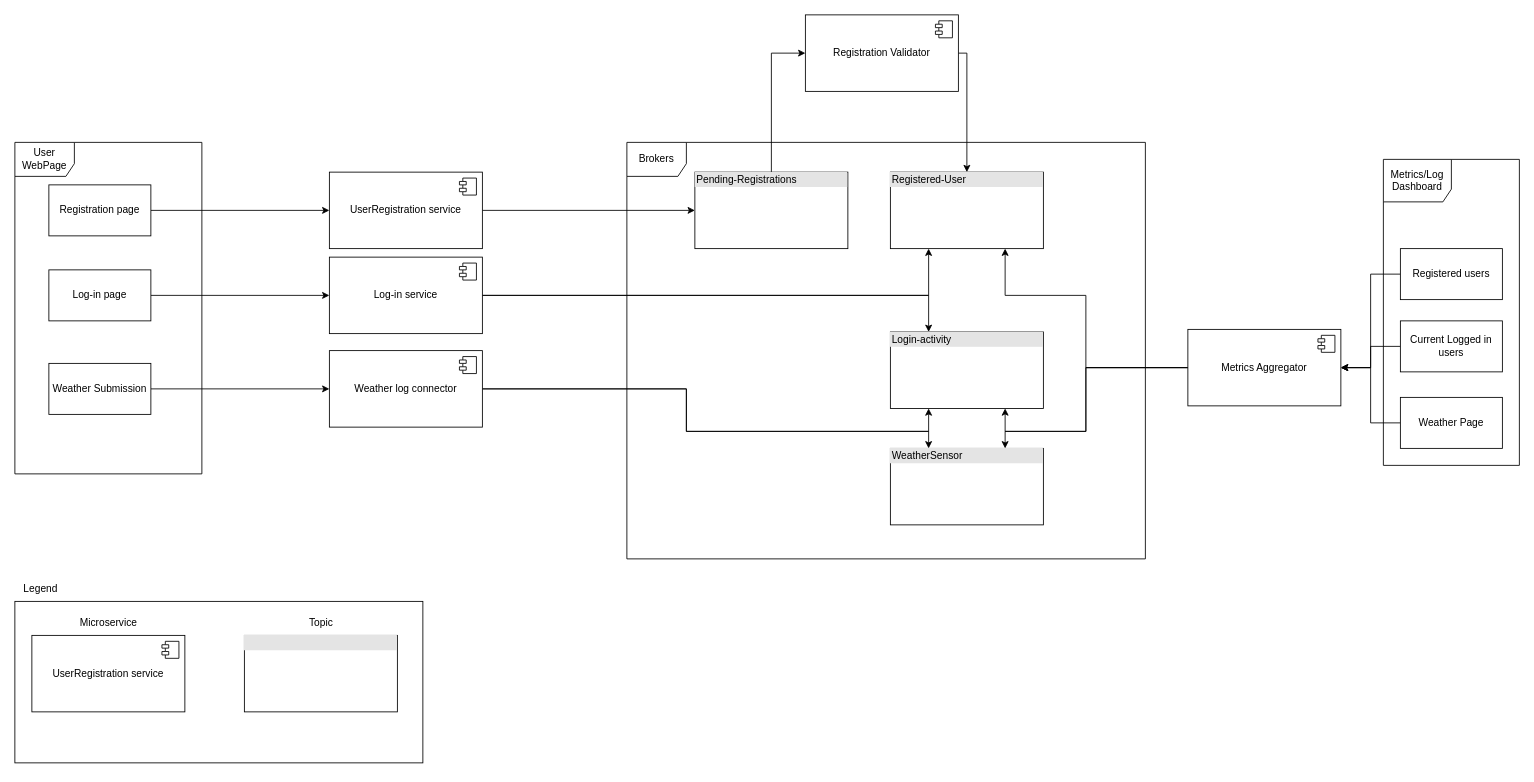
Before: page "High-level architecture" (1 of 2) of service-diagram.drawio in OthelloEngineer/Kafka-traffic-dashboard-project, a draw.io diagram. Source tidied: cells renumbered, new cells numbered last; positions are measured from the earlier drawing's top-left corner, leaving out a move shared by most shapes. Both pictures are drawn from the tidied source at 85%, with x=0, y=0 at pixel (14, 14).
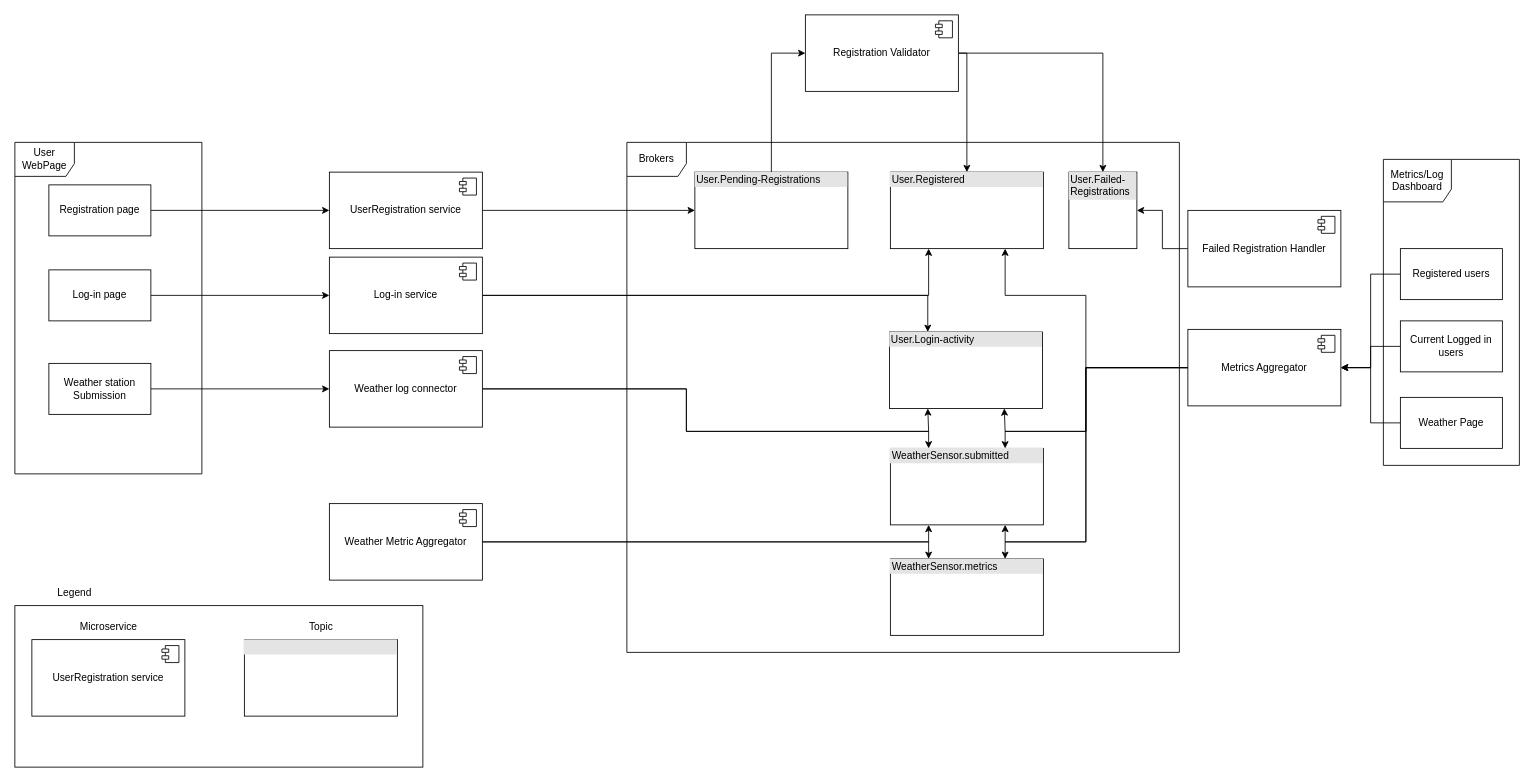
Above is the later version.

The change refers to these unchanged cells:
```xml
<mxCell id="32" value="Registration Validator" style="html=1;whiteSpace=wrap;" parent="1" vertex="1">
  <mxGeometry x="930" width="180" height="90" as="geometry" />
</mxCell>
<mxCell id="39" value="Metrics Aggregator" style="html=1;whiteSpace=wrap;" parent="1" vertex="1">
  <mxGeometry x="1380" y="370" width="180" height="90" as="geometry" />
</mxCell>
```

The edit, as a diff of the source:
```diff
@@
     <mxCell id="2" style="rounded=0;whiteSpace=wrap;html=1;" parent="1" vertex="1">
-      <mxGeometry y="690" width="480" height="190" as="geometry" />
+      <mxGeometry y="695" width="480" height="190" as="geometry" />
     </mxCell>
@@
-    <mxCell id="17" value="Weather Submission" style="rounded=0;whiteSpace=wrap;html=1;" parent="1" vertex="1">
+    <mxCell id="17" value="Weather station Submission" style="rounded=0;whiteSpace=wrap;html=1;" parent="1" vertex="1">
       <mxGeometry x="40" y="410" width="120" height="60" as="geometry" />
     </mxCell>
@@
     <mxCell id="22" value="&lt;div style=&quot;box-sizing:border-box;width:100%;background:#e4e4e4;padding:2px;&quot;&gt;&lt;br&gt;&lt;/div&gt;" style="verticalAlign=top;align=left;overflow=fill;html=1;whiteSpace=wrap;" parent="1" vertex="1">
-      <mxGeometry x="270" y="730" width="180" height="90" as="geometry" />
+      <mxGeometry x="270" y="735" width="180" height="90" as="geometry" />
     </mxCell>
     <mxCell id="23" value="UserRegistration service" style="html=1;whiteSpace=wrap;" parent="1" vertex="1">
-      <mxGeometry x="20" y="730" width="180" height="90" as="geometry" />
+      <mxGeometry x="20" y="735" width="180" height="90" as="geometry" />
     </mxCell>
@@
     <mxCell id="25" value="Topic" style="text;html=1;align=center;verticalAlign=middle;strokeColor=none;fillColor=none;" parent="1" vertex="1">
-      <mxGeometry x="335" y="700" width="50" height="30" as="geometry" />
+      <mxGeometry x="335" y="705" width="50" height="30" as="geometry" />
     </mxCell>
     <mxCell id="26" value="Microservice" style="text;html=1;align=center;verticalAlign=middle;strokeColor=none;fillColor=none;" parent="1" vertex="1">
-      <mxGeometry x="65" y="700" width="90" height="30" as="geometry" />
+      <mxGeometry x="65" y="705" width="90" height="30" as="geometry" />
     </mxCell>
     <mxCell id="27" value="Brokers" style="shape=umlFrame;whiteSpace=wrap;html=1;width=70;height=40;" parent="1" vertex="1">
-      <mxGeometry x="720" y="150" width="610" height="490" as="geometry" />
+      <mxGeometry x="720" y="150" width="650" height="600" as="geometry" />
     </mxCell>
@@
-    <mxCell id="29" value="&lt;div style=&quot;box-sizing:border-box;width:100%;background:#e4e4e4;padding:2px;&quot;&gt;Pending-Registrations&lt;/div&gt;" style="verticalAlign=top;align=left;overflow=fill;html=1;whiteSpace=wrap;" parent="1" vertex="1">
+    <mxCell id="29" value="&lt;div style=&quot;box-sizing:border-box;width:100%;background:#e4e4e4;padding:2px;&quot;&gt;User.Pending-Registrations&lt;/div&gt;" style="verticalAlign=top;align=left;overflow=fill;html=1;whiteSpace=wrap;" parent="1" vertex="1">
       <mxGeometry x="800" y="185" width="180" height="90" as="geometry" />
     </mxCell>
-    <mxCell id="30" value="&lt;div style=&quot;box-sizing:border-box;width:100%;background:#e4e4e4;padding:2px;&quot;&gt;Registered-User&lt;/div&gt;" style="verticalAlign=top;align=left;overflow=fill;html=1;whiteSpace=wrap;" parent="1" vertex="1">
+    <mxCell id="30" value="&lt;div style=&quot;box-sizing:border-box;width:100%;background:#e4e4e4;padding:2px;&quot;&gt;User.Registered&lt;/div&gt;" style="verticalAlign=top;align=left;overflow=fill;html=1;whiteSpace=wrap;" parent="1" vertex="1">
       <mxGeometry x="1030" y="185" width="180" height="90" as="geometry" />
     </mxCell>
@@
+    <mxCell id="48" style="edgeStyle=orthogonalEdgeStyle;rounded=0;jettySize=auto;html=1;entryX=0.5;entryY=0;entryDx=0;entryDy=0;" parent="1" edge="1" source="32" target="56">
+      <mxGeometry relative="1" as="geometry" />
+    </mxCell>
@@
-    <mxCell id="34" value="&lt;div style=&quot;box-sizing:border-box;width:100%;background:#e4e4e4;padding:2px;&quot;&gt;Login-activity&lt;/div&gt;" style="verticalAlign=top;align=left;overflow=fill;html=1;whiteSpace=wrap;" parent="1" vertex="1">
-      <mxGeometry x="1030" y="373" width="180" height="90" as="geometry" />
+    <mxCell id="34" value="&lt;div style=&quot;box-sizing:border-box;width:100%;background:#e4e4e4;padding:2px;&quot;&gt;User.Login-activity&lt;/div&gt;" style="verticalAlign=top;align=left;overflow=fill;html=1;whiteSpace=wrap;" parent="1" vertex="1">
+      <mxGeometry x="1029" y="373" width="180" height="90" as="geometry" />
     </mxCell>
-    <mxCell id="35" value="&lt;div style=&quot;box-sizing:border-box;width:100%;background:#e4e4e4;padding:2px;&quot;&gt;WeatherSensor&lt;/div&gt;" style="verticalAlign=top;align=left;overflow=fill;html=1;whiteSpace=wrap;" parent="1" vertex="1">
+    <mxCell id="35" value="&lt;div style=&quot;box-sizing:border-box;width:100%;background:#e4e4e4;padding:2px;&quot;&gt;WeatherSensor.submitted&lt;/div&gt;" style="verticalAlign=top;align=left;overflow=fill;html=1;whiteSpace=wrap;" parent="1" vertex="1">
       <mxGeometry x="1030" y="510" width="180" height="90" as="geometry" />
     </mxCell>
@@
+    <mxCell id="49" style="edgeStyle=orthogonalEdgeStyle;rounded=0;jettySize=auto;html=1;entryX=0.75;entryY=0;entryDx=0;entryDy=0;" parent="1" edge="1" source="39" target="55">
+      <mxGeometry relative="1" as="geometry">
+        <Array as="points">
+          <mxPoint x="1260" y="415" />
+          <mxPoint x="1260" y="620" />
+          <mxPoint x="1165" y="620" />
+        </Array>
+      </mxGeometry>
+    </mxCell>
+    <mxCell id="50" style="edgeStyle=orthogonalEdgeStyle;rounded=0;jettySize=auto;html=1;entryX=0.75;entryY=1;entryDx=0;entryDy=0;" parent="1" edge="1" source="39" target="35">
+      <mxGeometry relative="1" as="geometry">
+        <Array as="points">
+          <mxPoint x="1260" y="415" />
+          <mxPoint x="1260" y="620" />
+          <mxPoint x="1165" y="620" />
+        </Array>
+      </mxGeometry>
+    </mxCell>
@@
     <mxCell id="47" value="Legend" style="text;html=1;align=center;verticalAlign=middle;strokeColor=none;fillColor=none;" parent="1" vertex="1">
-      <mxGeometry y="660" width="60" height="30" as="geometry" />
+      <mxGeometry x="40" y="665" width="60" height="30" as="geometry" />
     </mxCell>
+    <mxCell id="51" style="edgeStyle=orthogonalEdgeStyle;rounded=0;jettySize=auto;html=1;entryX=0.25;entryY=0;entryDx=0;entryDy=0;" parent="1" edge="1" source="53" target="55">
+      <mxGeometry relative="1" as="geometry" />
+    </mxCell>
+    <mxCell id="52" style="edgeStyle=orthogonalEdgeStyle;rounded=0;jettySize=auto;html=1;entryX=0.25;entryY=1;entryDx=0;entryDy=0;" parent="1" edge="1" source="53" target="35">
+      <mxGeometry relative="1" as="geometry" />
+    </mxCell>
+    <mxCell id="53" value="Weather Metric Aggregator" style="html=1;whiteSpace=wrap;" parent="1" vertex="1">
+      <mxGeometry x="370" y="575" width="180" height="90" as="geometry" />
+    </mxCell>
+    <mxCell id="54" style="shape=module;jettyWidth=8;jettyHeight=4;" parent="53" vertex="1">
+      <mxGeometry x="1" width="20" height="20" relative="1" as="geometry">
+        <mxPoint x="-27" y="7" as="offset" />
+      </mxGeometry>
+    </mxCell>
+    <mxCell id="55" value="&lt;div style=&quot;box-sizing:border-box;width:100%;background:#e4e4e4;padding:2px;&quot;&gt;WeatherSensor.metrics&lt;/div&gt;" style="verticalAlign=top;align=left;overflow=fill;html=1;whiteSpace=wrap;" parent="1" vertex="1">
+      <mxGeometry x="1030" y="640" width="180" height="90" as="geometry" />
+    </mxCell>
+    <mxCell id="56" value="&lt;div style=&quot;box-sizing:border-box;width:100%;background:#e4e4e4;padding:2px;&quot;&gt;User.Failed-Registrations&lt;/div&gt;" style="verticalAlign=top;align=left;overflow=fill;html=1;whiteSpace=wrap;" parent="1" vertex="1">
+      <mxGeometry x="1240" y="185" width="80" height="90" as="geometry" />
+    </mxCell>
+    <mxCell id="57" style="edgeStyle=orthogonalEdgeStyle;rounded=0;jettySize=auto;html=1;entryX=1;entryY=0.5;entryDx=0;entryDy=0;" parent="1" edge="1" source="58" target="56">
+      <mxGeometry relative="1" as="geometry" />
+    </mxCell>
+    <mxCell id="58" value="Failed Registration Handler" style="html=1;whiteSpace=wrap;" parent="1" vertex="1">
+      <mxGeometry x="1380" y="230" width="180" height="90" as="geometry" />
+    </mxCell>
+    <mxCell id="59" style="shape=module;jettyWidth=8;jettyHeight=4;" parent="58" vertex="1">
+      <mxGeometry x="1" width="20" height="20" relative="1" as="geometry">
+        <mxPoint x="-27" y="7" as="offset" />
+      </mxGeometry>
+    </mxCell>
```
